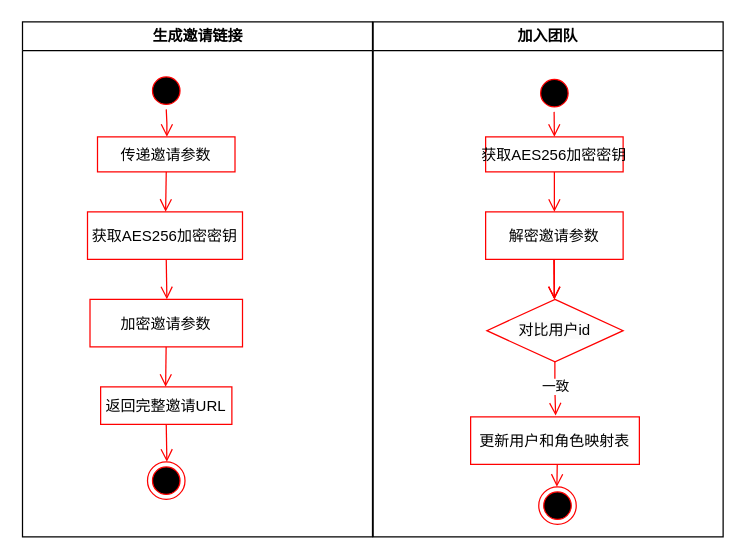
The draw.io diagram 分布式锁.drawio in come-on-reader/draw-io, before the edit. Source tidied: cells renumbered, new cells numbered last; positions are measured from the earlier drawing's top-left corner, leaving out a move shared by most shapes. Both pictures are drawn from the tidied source at 125%, with x=0, y=0 at pixel (21, 21).
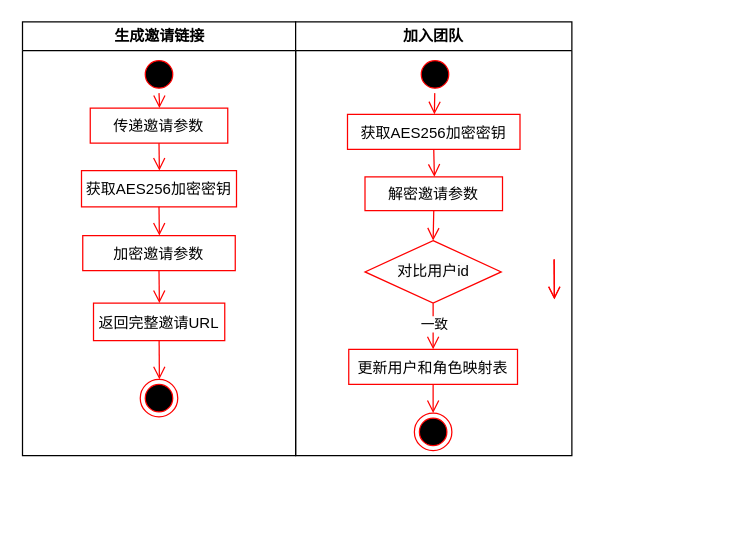
The same page after the edit.

Commit message:
更新分布式锁.drawio

Change to the diagram source:
```diff
@@
     <mxCell id="2" value="生成邀请链接" style="swimlane;whiteSpace=wrap;startSize=23;" parent="1" vertex="1">
-      <mxGeometry x="0.5" width="280" height="412" as="geometry" />
+      <mxGeometry x="0.5" width="218.5" height="347" as="geometry" />
     </mxCell>
     <mxCell id="3" style="ellipse;shape=startState;fillColor=#000000;strokeColor=#ff0000;" parent="2" vertex="1">
-      <mxGeometry x="100" y="40" width="30" height="30" as="geometry" />
+      <mxGeometry x="94.2" y="27" width="30" height="30" as="geometry" />
     </mxCell>
@@
     <mxCell id="5" value="传递邀请参数" style="strokeColor=#FF0000;" parent="2" vertex="1">
-      <mxGeometry x="60" y="92" width="110" height="28" as="geometry" />
+      <mxGeometry x="54.2" y="69" width="110" height="28" as="geometry" />
     </mxCell>
     <mxCell id="6" value="获取AES256加密密钥" style="strokeColor=#FF0000;" parent="2" vertex="1">
-      <mxGeometry x="52" y="152" width="124" height="38" as="geometry" />
+      <mxGeometry x="47.2" y="119" width="124" height="29" as="geometry" />
     </mxCell>
     <mxCell id="7" style="ellipse;shape=endState;fillColor=#000000;strokeColor=#ff0000;" parent="2" vertex="1">
-      <mxGeometry x="100" y="352" width="30" height="30" as="geometry" />
+      <mxGeometry x="94.2" y="286" width="30" height="30" as="geometry" />
     </mxCell>
@@
-    <mxCell id="9" style="edgeStyle=elbowEdgeStyle;elbow=horizontal;verticalAlign=bottom;endArrow=open;endSize=8;strokeColor=#FF0000;endFill=1;rounded=0;exitX=0.5;exitY=1;exitDx=0;exitDy=0;entryX=0.5;entryY=0;entryDx=0;entryDy=0;" parent="2" edge="1">
-      <mxGeometry x="-229" y="-216" as="geometry">
-        <mxPoint x="115" y="190" as="sourcePoint" />
-        <mxPoint x="115" y="222" as="targetPoint" />
-      </mxGeometry>
+    <mxCell id="9" style="edgeStyle=elbowEdgeStyle;elbow=horizontal;verticalAlign=bottom;endArrow=open;endSize=8;strokeColor=#FF0000;endFill=1;rounded=0;exitX=0.5;exitY=1;exitDx=0;exitDy=0;" parent="2" edge="1" source="6" target="12">
+      <mxGeometry x="-229" y="-216" as="geometry" />
     </mxCell>
     <mxCell id="10" value="返回完整邀请URL" style="strokeColor=#FF0000;" parent="2" vertex="1">
-      <mxGeometry x="62.5" y="292" width="105" height="30" as="geometry" />
+      <mxGeometry x="56.8" y="225" width="105" height="30" as="geometry" />
     </mxCell>
@@
     <mxCell id="12" value="加密邀请参数" style="strokeColor=#FF0000;" parent="2" vertex="1">
-      <mxGeometry x="54" y="222" width="122" height="38" as="geometry" />
+      <mxGeometry x="48.2" y="171" width="122" height="28" as="geometry" />
     </mxCell>
-    <mxCell id="13" style="edgeStyle=elbowEdgeStyle;elbow=horizontal;verticalAlign=bottom;endArrow=open;endSize=8;strokeColor=#FF0000;endFill=1;rounded=0;exitX=0.5;exitY=1;exitDx=0;exitDy=0;entryX=0.5;entryY=0;entryDx=0;entryDy=0;" parent="2" edge="1">
-      <mxGeometry x="-393.5" y="-344" as="geometry">
-        <mxPoint x="114.9" y="260" as="sourcePoint" />
-        <mxPoint x="114.9" y="292" as="targetPoint" />
-      </mxGeometry>
+    <mxCell id="13" style="edgeStyle=elbowEdgeStyle;elbow=horizontal;verticalAlign=bottom;endArrow=open;endSize=8;strokeColor=#FF0000;endFill=1;rounded=0;exitX=0.5;exitY=1;exitDx=0;exitDy=0;entryX=0.5;entryY=0;entryDx=0;entryDy=0;" parent="2" edge="1" source="12" target="10">
+      <mxGeometry x="-393.5" y="-344" as="geometry" />
     </mxCell>
     <mxCell id="14" value="加入团队" style="swimlane;whiteSpace=wrap;" parent="1" vertex="1">
-      <mxGeometry x="281" width="280" height="412" as="geometry" />
+      <mxGeometry x="219" width="221" height="347" as="geometry" />
     </mxCell>
     <mxCell id="15" style="ellipse;shape=endState;fillColor=#000000;strokeColor=#ff0000;" parent="14" vertex="1">
-      <mxGeometry x="132.5" y="372" width="30" height="30" as="geometry" />
+      <mxGeometry x="95" y="313" width="30" height="30" as="geometry" />
     </mxCell>
     <mxCell id="16" style="ellipse;shape=startState;fillColor=#000000;strokeColor=#ff0000;" parent="14" vertex="1">
-      <mxGeometry x="130" y="42" width="30" height="30" as="geometry" />
+      <mxGeometry x="96.5" y="27" width="30" height="30" as="geometry" />
     </mxCell>
     <mxCell id="17" value="获取AES256加密密钥" style="strokeColor=#FF0000;" parent="14" vertex="1">
-      <mxGeometry x="90" y="92" width="110" height="28" as="geometry" />
+      <mxGeometry x="41.5" y="74" width="138" height="28" as="geometry" />
     </mxCell>
     <mxCell id="18" value="解密邀请参数" style="strokeColor=#FF0000;" parent="14" vertex="1">
-      <mxGeometry x="90" y="152" width="110" height="38" as="geometry" />
+      <mxGeometry x="55.5" y="124" width="110" height="27" as="geometry" />
     </mxCell>
-    <mxCell id="19" style="edgeStyle=elbowEdgeStyle;elbow=horizontal;verticalAlign=bottom;endArrow=open;endSize=8;strokeColor=#FF0000;endFill=1;rounded=0;" parent="14" edge="1">
+    <mxCell id="19" style="edgeStyle=elbowEdgeStyle;elbow=horizontal;verticalAlign=bottom;endArrow=open;endSize=8;strokeColor=#FF0000;endFill=1;rounded=0;entryX=0.5;entryY=0;entryDx=0;entryDy=0;" parent="14" edge="1" target="17">
       <mxGeometry x="-345" y="-88" as="geometry">
-        <mxPoint x="144.8" y="72" as="sourcePoint" />
-        <mxPoint x="145" y="92" as="targetPoint" />
+        <mxPoint x="111.3" y="57" as="sourcePoint" />
       </mxGeometry>
     </mxCell>
-    <mxCell id="20" style="edgeStyle=elbowEdgeStyle;elbow=horizontal;verticalAlign=bottom;endArrow=open;endSize=8;strokeColor=#FF0000;endFill=1;rounded=0;exitX=0.5;exitY=1;exitDx=0;exitDy=0;entryX=0.5;entryY=0;entryDx=0;entryDy=0;" parent="14" edge="1">
-      <mxGeometry x="-509.5" y="-216" as="geometry">
-        <mxPoint x="145" y="120" as="sourcePoint" />
-        <mxPoint x="145" y="152" as="targetPoint" />
-      </mxGeometry>
+    <mxCell id="20" style="edgeStyle=elbowEdgeStyle;elbow=horizontal;verticalAlign=bottom;endArrow=open;endSize=8;strokeColor=#FF0000;endFill=1;rounded=0;exitX=0.5;exitY=1;exitDx=0;exitDy=0;entryX=0.5;entryY=0;entryDx=0;entryDy=0;" parent="14" edge="1" source="17" target="18">
+      <mxGeometry x="-509.5" y="-216" as="geometry" />
     </mxCell>
-    <mxCell id="21" style="edgeStyle=elbowEdgeStyle;elbow=horizontal;verticalAlign=bottom;endArrow=open;endSize=8;strokeColor=#FF0000;endFill=1;rounded=0;exitX=0.5;exitY=1;exitDx=0;exitDy=0;entryX=0.5;entryY=0;entryDx=0;entryDy=0;" parent="14" edge="1">
-      <mxGeometry x="-954.5" y="-344" as="geometry">
-        <mxPoint x="144.8" y="190" as="sourcePoint" />
-        <mxPoint x="144.8" y="222" as="targetPoint" />
-      </mxGeometry>
+    <mxCell id="21" style="edgeStyle=elbowEdgeStyle;elbow=horizontal;verticalAlign=bottom;endArrow=open;endSize=8;strokeColor=#FF0000;endFill=1;rounded=0;exitX=0.5;exitY=1;exitDx=0;exitDy=0;entryX=0.5;entryY=0;entryDx=0;entryDy=0;" parent="14" edge="1" source="18" target="23">
+      <mxGeometry x="-954.5" y="-344" as="geometry" />
     </mxCell>
+    <mxCell id="23" value="&lt;span style=&quot;color: rgb(0, 0, 0); font-family: Helvetica; font-size: 12px; font-style: normal; font-variant-ligatures: normal; font-variant-caps: normal; font-weight: 400; letter-spacing: normal; orphans: 2; text-align: center; text-indent: 0px; text-transform: none; widows: 2; word-spacing: 0px; -webkit-text-stroke-width: 0px; white-space: nowrap; background-color: rgb(251, 251, 251); text-decoration-thickness: initial; text-decoration-style: initial; text-decoration-color: initial; display: inline !important; float: none;&quot;&gt;对比用户id&lt;/span&gt;" style="rhombus;whiteSpace=wrap;html=1;strokeColor=#ff0000;" parent="14" vertex="1">
+      <mxGeometry x="55.5" y="175" width="109" height="50" as="geometry" />
+    </mxCell>
+    <mxCell id="26" style="edgeStyle=elbowEdgeStyle;elbow=horizontal;verticalAlign=bottom;endArrow=open;endSize=8;strokeColor=#FF0000;endFill=1;rounded=0;exitX=0.5;exitY=1;exitDx=0;exitDy=0;entryX=0.5;entryY=0;entryDx=0;entryDy=0;" parent="14" edge="1" source="22" target="15">
+      <mxGeometry x="-838.5" y="-472" as="geometry" />
+    </mxCell>
+    <mxCell id="29" style="edgeStyle=elbowEdgeStyle;elbow=vertical;verticalAlign=bottom;endArrow=open;endSize=8;strokeColor=#FF0000;endFill=1;rounded=0;exitX=0.5;exitY=1;exitDx=0;exitDy=0;" parent="14" edge="1" source="23" target="22">
+      <mxGeometry x="-1399.5" y="-472" as="geometry" />
+    </mxCell>
+    <mxCell id="25" value="一致" style="edgeLabel;html=1;align=center;verticalAlign=middle;" parent="29" vertex="1">
+      <mxGeometry relative="1" as="geometry">
+        <mxPoint y="-3" as="offset" />
+      </mxGeometry>
+    </mxCell>
     <mxCell id="22" value="更新用户和角色映射表" style="strokeColor=#FF0000;" parent="14" vertex="1">
-      <mxGeometry x="78" y="316" width="135" height="38" as="geometry" />
+      <mxGeometry x="42.5" y="262" width="135" height="28" as="geometry" />
     </mxCell>
-    <mxCell id="23" value="&lt;span style=&quot;color: rgb(0, 0, 0); font-family: Helvetica; font-size: 12px; font-style: normal; font-variant-ligatures: normal; font-variant-caps: normal; font-weight: 400; letter-spacing: normal; orphans: 2; text-align: center; text-indent: 0px; text-transform: none; widows: 2; word-spacing: 0px; -webkit-text-stroke-width: 0px; white-space: nowrap; background-color: rgb(251, 251, 251); text-decoration-thickness: initial; text-decoration-style: initial; text-decoration-color: initial; display: inline !important; float: none;&quot;&gt;对比用户id&lt;/span&gt;" style="rhombus;whiteSpace=wrap;html=1;strokeColor=#ff0000;" parent="14" vertex="1">
-      <mxGeometry x="91" y="222" width="109" height="50" as="geometry" />
-    </mxCell>
-    <mxCell id="24" style="edgeStyle=elbowEdgeStyle;elbow=vertical;verticalAlign=bottom;endArrow=open;endSize=8;strokeColor=#FF0000;endFill=1;rounded=0;exitX=0.5;exitY=1;exitDx=0;exitDy=0;" parent="14" edge="1">
-      <mxGeometry x="-1399.5" y="-472" as="geometry">
-        <mxPoint x="145.4" y="272" as="sourcePoint" />
-        <mxPoint x="146" y="315" as="targetPoint" />
-      </mxGeometry>
-    </mxCell>
-    <mxCell id="25" value="一致" style="edgeLabel;html=1;align=center;verticalAlign=middle;" parent="24" vertex="1">
-      <mxGeometry relative="1" as="geometry">
-        <mxPoint y="-3" as="offset" />
-      </mxGeometry>
-    </mxCell>
-    <mxCell id="26" style="edgeStyle=elbowEdgeStyle;elbow=horizontal;verticalAlign=bottom;endArrow=open;endSize=8;strokeColor=#FF0000;endFill=1;rounded=0;exitX=0.5;exitY=1;exitDx=0;exitDy=0;entryX=0.5;entryY=0;entryDx=0;entryDy=0;" parent="14" edge="1" target="15">
-      <mxGeometry x="-838.5" y="-472" as="geometry">
-        <mxPoint x="147.3" y="354" as="sourcePoint" />
-      </mxGeometry>
-    </mxCell>
```
